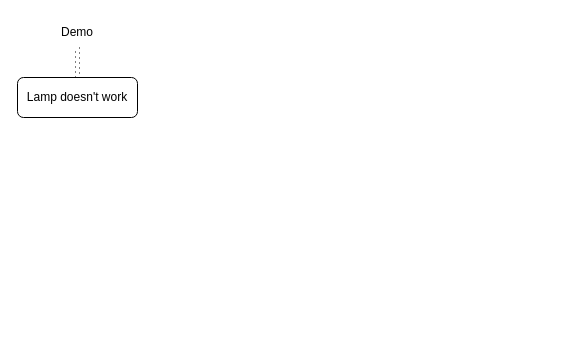
yanhanfrontend/draw.io.workspace keeps this draw.io diagram as Demo.drawio. Above is the earlier version. Source tidied: cells renumbered, new cells numbered last; positions are measured from the earlier drawing's top-left corner, leaving out a move shared by most shapes. Both pictures are drawn from the tidied source at 100%, with x=0, y=0 at pixel (17, 17).
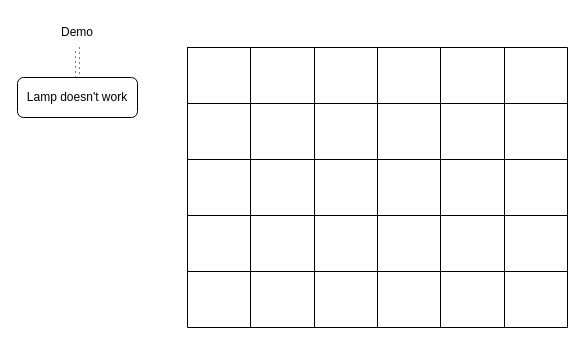
Above is the later version.

Diff of the diagram source:
```diff
@@
+    <mxCell id="5" style="shape=table;startSize=0;childLayout=tableLayout;" parent="1" vertex="1">
+      <mxGeometry x="170" y="30" width="380" height="280" as="geometry" />
+    </mxCell>
+    <mxCell id="6" style="shape=tableRow;horizontal=0;startSize=0;swimlaneHead=0;swimlaneBody=0;strokeColor=inherit;top=0;left=0;bottom=0;right=0;fillColor=none;" parent="5" vertex="1">
+      <mxGeometry width="380" height="56" as="geometry" />
+    </mxCell>
+    <mxCell id="7" style="shape=partialRectangle;html=1;whiteSpace=wrap;strokeColor=inherit;overflow=hidden;fillColor=none;top=0;left=0;bottom=0;right=0;" parent="6" vertex="1">
+      <mxGeometry width="63" height="56" as="geometry" />
+    </mxCell>
+    <mxCell id="8" style="shape=partialRectangle;html=1;whiteSpace=wrap;strokeColor=inherit;overflow=hidden;fillColor=none;top=0;left=0;bottom=0;right=0;" parent="6" vertex="1">
+      <mxGeometry x="63" width="64" height="56" as="geometry" />
+    </mxCell>
+    <mxCell id="9" style="shape=partialRectangle;html=1;whiteSpace=wrap;strokeColor=inherit;overflow=hidden;fillColor=none;top=0;left=0;bottom=0;right=0;" parent="6" vertex="1">
+      <mxGeometry x="127" width="63" height="56" as="geometry" />
+    </mxCell>
+    <mxCell id="10" style="shape=partialRectangle;html=1;whiteSpace=wrap;strokeColor=inherit;overflow=hidden;fillColor=none;top=0;left=0;bottom=0;right=0;" parent="6" vertex="1">
+      <mxGeometry x="190" width="63" height="56" as="geometry" />
+    </mxCell>
+    <mxCell id="11" style="shape=partialRectangle;html=1;whiteSpace=wrap;strokeColor=inherit;overflow=hidden;fillColor=none;top=0;left=0;bottom=0;right=0;" parent="6" vertex="1">
+      <mxGeometry x="253" width="64" height="56" as="geometry" />
+    </mxCell>
+    <mxCell id="12" style="shape=partialRectangle;html=1;whiteSpace=wrap;strokeColor=inherit;overflow=hidden;fillColor=none;top=0;left=0;bottom=0;right=0;" parent="6" vertex="1">
+      <mxGeometry x="317" width="63" height="56" as="geometry" />
+    </mxCell>
+    <mxCell id="13" style="shape=tableRow;horizontal=0;startSize=0;swimlaneHead=0;swimlaneBody=0;strokeColor=inherit;top=0;left=0;bottom=0;right=0;fillColor=none;" parent="5" vertex="1">
+      <mxGeometry y="56" width="380" height="56" as="geometry" />
+    </mxCell>
+    <mxCell id="14" style="shape=partialRectangle;html=1;whiteSpace=wrap;strokeColor=inherit;overflow=hidden;fillColor=none;top=0;left=0;bottom=0;right=0;" parent="13" vertex="1">
+      <mxGeometry width="63" height="56" as="geometry" />
+    </mxCell>
+    <mxCell id="15" style="shape=partialRectangle;html=1;whiteSpace=wrap;strokeColor=inherit;overflow=hidden;fillColor=none;top=0;left=0;bottom=0;right=0;" parent="13" vertex="1">
+      <mxGeometry x="63" width="64" height="56" as="geometry" />
+    </mxCell>
+    <mxCell id="16" style="shape=partialRectangle;html=1;whiteSpace=wrap;strokeColor=inherit;overflow=hidden;fillColor=none;top=0;left=0;bottom=0;right=0;" parent="13" vertex="1">
+      <mxGeometry x="127" width="63" height="56" as="geometry" />
+    </mxCell>
+    <mxCell id="17" style="shape=partialRectangle;html=1;whiteSpace=wrap;strokeColor=inherit;overflow=hidden;fillColor=none;top=0;left=0;bottom=0;right=0;" parent="13" vertex="1">
+      <mxGeometry x="190" width="63" height="56" as="geometry" />
+    </mxCell>
+    <mxCell id="18" style="shape=partialRectangle;html=1;whiteSpace=wrap;strokeColor=inherit;overflow=hidden;fillColor=none;top=0;left=0;bottom=0;right=0;" parent="13" vertex="1">
+      <mxGeometry x="253" width="64" height="56" as="geometry" />
+    </mxCell>
+    <mxCell id="19" style="shape=partialRectangle;html=1;whiteSpace=wrap;strokeColor=inherit;overflow=hidden;fillColor=none;top=0;left=0;bottom=0;right=0;" parent="13" vertex="1">
+      <mxGeometry x="317" width="63" height="56" as="geometry" />
+    </mxCell>
+    <mxCell id="20" style="shape=tableRow;horizontal=0;startSize=0;swimlaneHead=0;swimlaneBody=0;strokeColor=inherit;top=0;left=0;bottom=0;right=0;fillColor=none;" parent="5" vertex="1">
+      <mxGeometry y="112" width="380" height="56" as="geometry" />
+    </mxCell>
+    <mxCell id="21" style="shape=partialRectangle;html=1;whiteSpace=wrap;strokeColor=inherit;overflow=hidden;fillColor=none;top=0;left=0;bottom=0;right=0;" parent="20" vertex="1">
+      <mxGeometry width="63" height="56" as="geometry" />
+    </mxCell>
+    <mxCell id="22" style="shape=partialRectangle;html=1;whiteSpace=wrap;strokeColor=inherit;overflow=hidden;fillColor=none;top=0;left=0;bottom=0;right=0;" parent="20" vertex="1">
+      <mxGeometry x="63" width="64" height="56" as="geometry" />
+    </mxCell>
+    <mxCell id="23" style="shape=partialRectangle;html=1;whiteSpace=wrap;strokeColor=inherit;overflow=hidden;fillColor=none;top=0;left=0;bottom=0;right=0;" parent="20" vertex="1">
+      <mxGeometry x="127" width="63" height="56" as="geometry" />
+    </mxCell>
+    <mxCell id="24" style="shape=partialRectangle;html=1;whiteSpace=wrap;strokeColor=inherit;overflow=hidden;fillColor=none;top=0;left=0;bottom=0;right=0;" parent="20" vertex="1">
+      <mxGeometry x="190" width="63" height="56" as="geometry" />
+    </mxCell>
+    <mxCell id="25" style="shape=partialRectangle;html=1;whiteSpace=wrap;strokeColor=inherit;overflow=hidden;fillColor=none;top=0;left=0;bottom=0;right=0;" parent="20" vertex="1">
+      <mxGeometry x="253" width="64" height="56" as="geometry" />
+    </mxCell>
+    <mxCell id="26" style="shape=partialRectangle;html=1;whiteSpace=wrap;strokeColor=inherit;overflow=hidden;fillColor=none;top=0;left=0;bottom=0;right=0;" parent="20" vertex="1">
+      <mxGeometry x="317" width="63" height="56" as="geometry" />
+    </mxCell>
+    <mxCell id="27" style="shape=tableRow;horizontal=0;startSize=0;swimlaneHead=0;swimlaneBody=0;strokeColor=inherit;top=0;left=0;bottom=0;right=0;fillColor=none;" parent="5" vertex="1">
+      <mxGeometry y="168" width="380" height="56" as="geometry" />
+    </mxCell>
+    <mxCell id="28" style="shape=partialRectangle;html=1;whiteSpace=wrap;strokeColor=inherit;overflow=hidden;fillColor=none;top=0;left=0;bottom=0;right=0;" parent="27" vertex="1">
+      <mxGeometry width="63" height="56" as="geometry" />
+    </mxCell>
+    <mxCell id="29" style="shape=partialRectangle;html=1;whiteSpace=wrap;strokeColor=inherit;overflow=hidden;fillColor=none;top=0;left=0;bottom=0;right=0;" parent="27" vertex="1">
+      <mxGeometry x="63" width="64" height="56" as="geometry" />
+    </mxCell>
+    <mxCell id="30" style="shape=partialRectangle;html=1;whiteSpace=wrap;strokeColor=inherit;overflow=hidden;fillColor=none;top=0;left=0;bottom=0;right=0;" parent="27" vertex="1">
+      <mxGeometry x="127" width="63" height="56" as="geometry" />
+    </mxCell>
+    <mxCell id="31" style="shape=partialRectangle;html=1;whiteSpace=wrap;strokeColor=inherit;overflow=hidden;fillColor=none;top=0;left=0;bottom=0;right=0;" parent="27" vertex="1">
+      <mxGeometry x="190" width="63" height="56" as="geometry" />
+    </mxCell>
+    <mxCell id="32" style="shape=partialRectangle;html=1;whiteSpace=wrap;strokeColor=inherit;overflow=hidden;fillColor=none;top=0;left=0;bottom=0;right=0;" parent="27" vertex="1">
+      <mxGeometry x="253" width="64" height="56" as="geometry" />
+    </mxCell>
+    <mxCell id="33" style="shape=partialRectangle;html=1;whiteSpace=wrap;strokeColor=inherit;overflow=hidden;fillColor=none;top=0;left=0;bottom=0;right=0;" parent="27" vertex="1">
+      <mxGeometry x="317" width="63" height="56" as="geometry" />
+    </mxCell>
+    <mxCell id="34" style="shape=tableRow;horizontal=0;startSize=0;swimlaneHead=0;swimlaneBody=0;strokeColor=inherit;top=0;left=0;bottom=0;right=0;fillColor=none;" parent="5" vertex="1">
+      <mxGeometry y="224" width="380" height="56" as="geometry" />
+    </mxCell>
+    <mxCell id="35" style="shape=partialRectangle;html=1;whiteSpace=wrap;strokeColor=inherit;overflow=hidden;fillColor=none;top=0;left=0;bottom=0;right=0;" parent="34" vertex="1">
+      <mxGeometry width="63" height="56" as="geometry" />
+    </mxCell>
+    <mxCell id="36" style="shape=partialRectangle;html=1;whiteSpace=wrap;strokeColor=inherit;overflow=hidden;fillColor=none;top=0;left=0;bottom=0;right=0;" parent="34" vertex="1">
+      <mxGeometry x="63" width="64" height="56" as="geometry" />
+    </mxCell>
+    <mxCell id="37" style="shape=partialRectangle;html=1;whiteSpace=wrap;strokeColor=inherit;overflow=hidden;fillColor=none;top=0;left=0;bottom=0;right=0;" parent="34" vertex="1">
+      <mxGeometry x="127" width="63" height="56" as="geometry" />
+    </mxCell>
+    <mxCell id="38" style="shape=partialRectangle;html=1;whiteSpace=wrap;strokeColor=inherit;overflow=hidden;fillColor=none;top=0;left=0;bottom=0;right=0;" parent="34" vertex="1">
+      <mxGeometry x="190" width="63" height="56" as="geometry" />
+    </mxCell>
+    <mxCell id="39" style="shape=partialRectangle;html=1;whiteSpace=wrap;strokeColor=inherit;overflow=hidden;fillColor=none;top=0;left=0;bottom=0;right=0;" parent="34" vertex="1">
+      <mxGeometry x="253" width="64" height="56" as="geometry" />
+    </mxCell>
+    <mxCell id="40" style="shape=partialRectangle;html=1;whiteSpace=wrap;strokeColor=inherit;overflow=hidden;fillColor=none;top=0;left=0;bottom=0;right=0;" parent="34" vertex="1">
+      <mxGeometry x="317" width="63" height="56" as="geometry" />
+    </mxCell>
```
